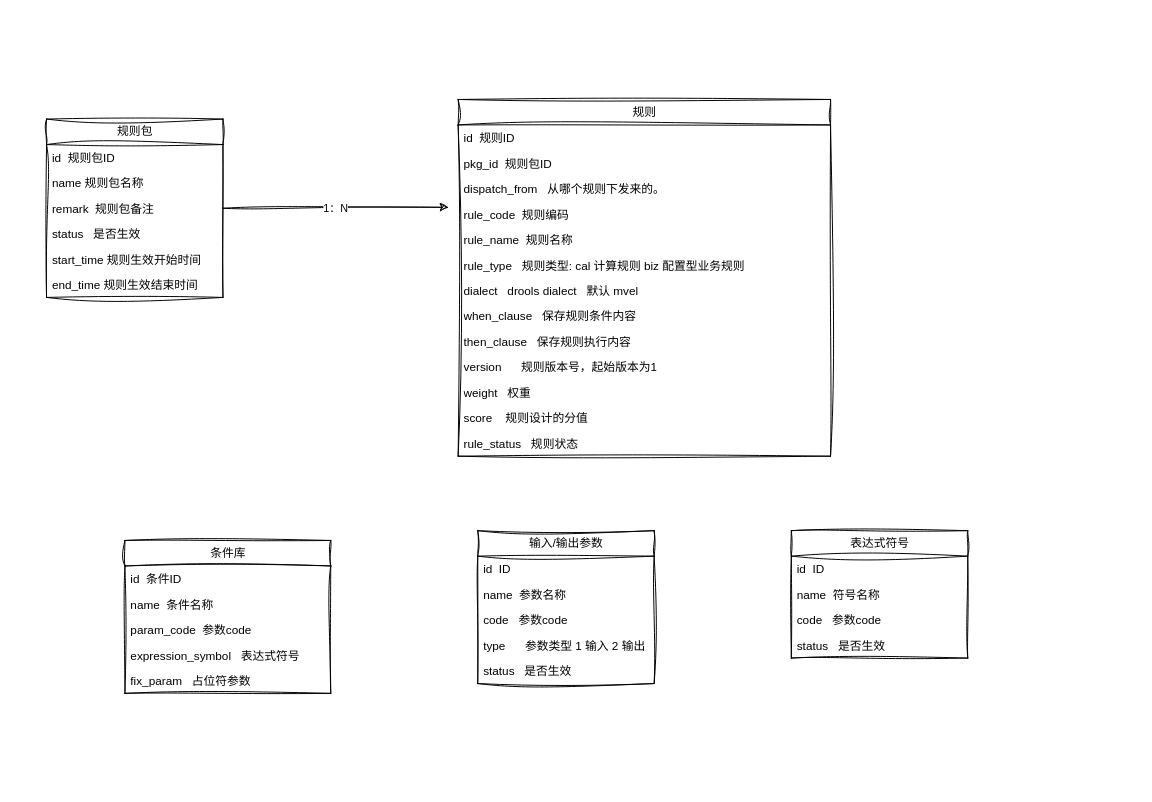
The draw.io diagram drawio/rule_engine/model_engine .drawio in wllpeter/picture, before the edit. Source tidied: cells renumbered, new cells numbered last; positions are measured from the earlier drawing's top-left corner, leaving out a move shared by most shapes. Both pictures are drawn from the tidied source at 98%, with x=0, y=0 at pixel (46, 99).
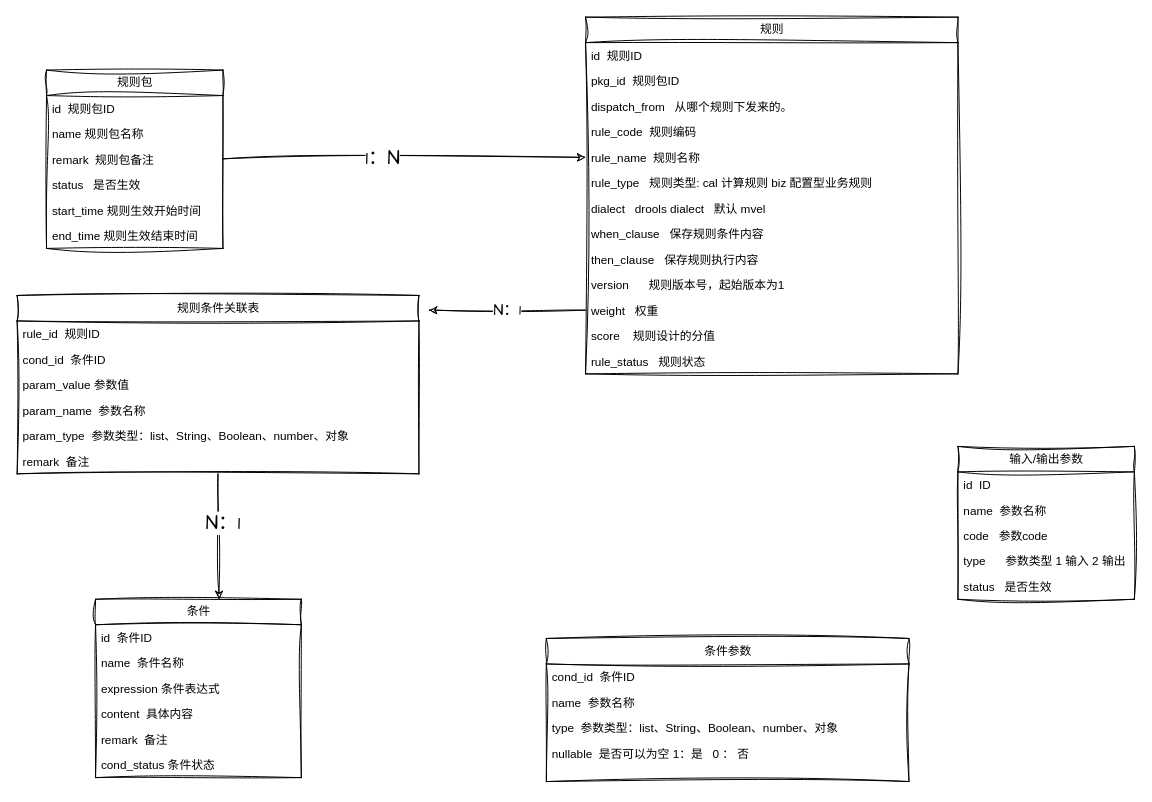
Above is the later version.

Commit message:
规则引擎模型

Unchanged cells that the change refers to:
```xml
<mxCell id="5" value="remark&amp;nbsp; 规则包备注&lt;br&gt;" style="text;strokeColor=none;fillColor=none;align=left;verticalAlign=top;spacingLeft=4;spacingRight=4;overflow=hidden;points=[[0,0.5],[1,0.5]];portConstraint=eastwest;whiteSpace=wrap;html=1;sketch=1;curveFitting=1;jiggle=2;" parent="2" vertex="1">
  <mxGeometry y="78" width="180" height="26" as="geometry" />
</mxCell>
<mxCell id="14" value="rule_name&amp;nbsp; 规则名称" style="text;strokeColor=none;fillColor=none;align=left;verticalAlign=top;spacingLeft=4;spacingRight=4;overflow=hidden;points=[[0,0.5],[1,0.5]];portConstraint=eastwest;whiteSpace=wrap;html=1;sketch=1;curveFitting=1;jiggle=2;" parent="9" vertex="1">
  <mxGeometry y="130" width="380" height="26" as="geometry" />
</mxCell>
<mxCell id="20" value="weight&amp;nbsp; &amp;nbsp;权重" style="text;strokeColor=none;fillColor=none;align=left;verticalAlign=top;spacingLeft=4;spacingRight=4;overflow=hidden;points=[[0,0.5],[1,0.5]];portConstraint=eastwest;whiteSpace=wrap;html=1;sketch=1;curveFitting=1;jiggle=2;" parent="9" vertex="1">
  <mxGeometry y="286" width="380" height="26" as="geometry" />
</mxCell>
```

Diff of the diagram source:
```diff
@@
     <mxCell id="2" value="规则包" style="swimlane;fontStyle=0;horizontal=1;startSize=26;fillColor=none;html=1;sketch=1;curveFitting=1;jiggle=2;" parent="1" vertex="1">
-      <mxGeometry y="20" width="180" height="182" as="geometry" />
+      <mxGeometry y="-30" width="180" height="182" as="geometry" />
     </mxCell>
@@
     <mxCell id="9" value="规则" style="swimlane;fontStyle=0;horizontal=1;startSize=26;fillColor=none;html=1;sketch=1;curveFitting=1;jiggle=2;" parent="1" vertex="1">
-      <mxGeometry x="420" width="380" height="364" as="geometry" />
+      <mxGeometry x="550" y="-84" width="380" height="364" as="geometry" />
     </mxCell>
@@
-    <mxCell id="23" value="条件库" style="swimlane;fontStyle=0;horizontal=1;startSize=26;fillColor=none;html=1;sketch=1;curveFitting=1;jiggle=2;" parent="1" vertex="1">
-      <mxGeometry x="80" y="450" width="210" height="156" as="geometry" />
+    <mxCell id="23" value="条件" style="swimlane;fontStyle=0;horizontal=1;startSize=26;fillColor=none;html=1;sketch=1;curveFitting=1;jiggle=2;" parent="1" vertex="1">
+      <mxGeometry x="50" y="510" width="210" height="182" as="geometry" />
     </mxCell>
@@
-    <mxCell id="26" value="param_code&amp;nbsp; 参数code" style="text;strokeColor=none;fillColor=none;align=left;verticalAlign=top;spacingLeft=4;spacingRight=4;overflow=hidden;whiteSpace=wrap;html=1;sketch=1;curveFitting=1;jiggle=2;" parent="23" vertex="1">
+    <mxCell id="26" value="expression 条件表达式" style="text;strokeColor=none;fillColor=none;align=left;verticalAlign=top;spacingLeft=4;spacingRight=4;overflow=hidden;whiteSpace=wrap;html=1;sketch=1;curveFitting=1;jiggle=2;" parent="23" vertex="1">
       <mxGeometry y="78" width="210" height="26" as="geometry" />
     </mxCell>
-    <mxCell id="27" value="expression_symbol&amp;nbsp; &amp;nbsp;表达式符号" style="text;strokeColor=none;fillColor=none;align=left;verticalAlign=top;spacingLeft=4;spacingRight=4;overflow=hidden;whiteSpace=wrap;html=1;sketch=1;curveFitting=1;jiggle=2;" parent="23" vertex="1">
+    <mxCell id="27" value="content&amp;nbsp; 具体内容" style="text;strokeColor=none;fillColor=none;align=left;verticalAlign=top;spacingLeft=4;spacingRight=4;overflow=hidden;whiteSpace=wrap;html=1;sketch=1;curveFitting=1;jiggle=2;" parent="23" vertex="1">
       <mxGeometry y="104" width="210" height="26" as="geometry" />
     </mxCell>
-    <mxCell id="28" value="fix_param&amp;nbsp; &amp;nbsp;占位符参数" style="text;strokeColor=none;fillColor=none;align=left;verticalAlign=top;spacingLeft=4;spacingRight=4;overflow=hidden;whiteSpace=wrap;html=1;sketch=1;curveFitting=1;jiggle=2;" parent="23" vertex="1">
+    <mxCell id="28" value="remark&amp;nbsp; 备注" style="text;strokeColor=none;fillColor=none;align=left;verticalAlign=top;spacingLeft=4;spacingRight=4;overflow=hidden;whiteSpace=wrap;html=1;sketch=1;curveFitting=1;jiggle=2;" parent="23" vertex="1">
       <mxGeometry y="130" width="210" height="26" as="geometry" />
     </mxCell>
+    <mxCell id="41" value="cond_status 条件状态" style="text;strokeColor=none;fillColor=none;align=left;verticalAlign=top;spacingLeft=4;spacingRight=4;overflow=hidden;whiteSpace=wrap;html=1;sketch=1;curveFitting=1;jiggle=2;" parent="23" vertex="1">
+      <mxGeometry y="156" width="210" height="26" as="geometry" />
+    </mxCell>
     <mxCell id="29" value="输入/输出参数" style="swimlane;fontStyle=0;horizontal=1;startSize=26;fillColor=none;html=1;sketch=1;curveFitting=1;jiggle=2;" parent="1" vertex="1">
-      <mxGeometry x="440" y="440" width="180" height="156" as="geometry" />
+      <mxGeometry x="930" y="354" width="180" height="156" as="geometry" />
     </mxCell>
@@
+    <mxCell id="42" value="条件参数" style="swimlane;fontStyle=0;horizontal=1;startSize=26;fillColor=none;html=1;sketch=1;curveFitting=1;jiggle=2;" parent="1" vertex="1">
+      <mxGeometry x="510" y="550" width="370" height="146" as="geometry" />
+    </mxCell>
+    <mxCell id="43" value="cond_id&amp;nbsp; 条件ID" style="text;strokeColor=none;fillColor=none;align=left;verticalAlign=top;spacingLeft=4;spacingRight=4;overflow=hidden;whiteSpace=wrap;html=1;sketch=1;curveFitting=1;jiggle=2;" parent="42" vertex="1">
+      <mxGeometry y="26" width="370" height="26" as="geometry" />
+    </mxCell>
+    <mxCell id="44" value="name&amp;nbsp; 参数名称" style="text;strokeColor=none;fillColor=none;align=left;verticalAlign=top;spacingLeft=4;spacingRight=4;overflow=hidden;whiteSpace=wrap;html=1;sketch=1;curveFitting=1;jiggle=2;" parent="42" vertex="1">
+      <mxGeometry y="52" width="370" height="26" as="geometry" />
+    </mxCell>
+    <mxCell id="45" value="type&amp;nbsp; 参数类型：list、String、Boolean、number、对象" style="text;strokeColor=none;fillColor=none;align=left;verticalAlign=top;spacingLeft=4;spacingRight=4;overflow=hidden;whiteSpace=wrap;html=1;sketch=1;curveFitting=1;jiggle=2;" parent="42" vertex="1">
+      <mxGeometry y="78" width="370" height="26" as="geometry" />
+    </mxCell>
+    <mxCell id="46" value="nullable&amp;nbsp; 是否可以为空 1：是&amp;nbsp; &amp;nbsp;0 ： 否" style="text;strokeColor=none;fillColor=none;align=left;verticalAlign=top;spacingLeft=4;spacingRight=4;overflow=hidden;whiteSpace=wrap;html=1;sketch=1;curveFitting=1;jiggle=2;" parent="42" vertex="1">
+      <mxGeometry y="104" width="370" height="42" as="geometry" />
+    </mxCell>
+    <mxCell id="47" style="edgeStyle=none;sketch=1;hachureGap=4;jiggle=2;curveFitting=1;html=1;exitX=0.5;exitY=1;exitDx=0;exitDy=0;entryX=0.6;entryY=0;entryDx=0;entryDy=0;entryPerimeter=0;fontFamily=Architects Daughter;fontSize=16;" parent="1" edge="1" source="49" target="23">
+      <mxGeometry relative="1" as="geometry" />
+    </mxCell>
+    <mxCell id="48" value="N：1" style="edgeLabel;html=1;align=center;verticalAlign=middle;fontSize=20;fontFamily=Architects Daughter;" parent="47" vertex="1">
+      <mxGeometry x="-0.22" y="4" relative="1" as="geometry" />
+    </mxCell>
+    <mxCell id="49" value="规则条件关联表" style="swimlane;fontStyle=0;horizontal=1;startSize=26;fillColor=none;html=1;sketch=1;curveFitting=1;jiggle=2;" parent="1" vertex="1">
+      <mxGeometry x="-30" y="200" width="410" height="182" as="geometry" />
+    </mxCell>
+    <mxCell id="50" value="rule_id&amp;nbsp; 规则ID" style="text;strokeColor=none;fillColor=none;align=left;verticalAlign=top;spacingLeft=4;spacingRight=4;overflow=hidden;whiteSpace=wrap;html=1;sketch=1;curveFitting=1;jiggle=2;" parent="49" vertex="1">
+      <mxGeometry y="26" width="410" height="26" as="geometry" />
+    </mxCell>
+    <mxCell id="51" value="cond_id&amp;nbsp; 条件ID" style="text;strokeColor=none;fillColor=none;align=left;verticalAlign=top;spacingLeft=4;spacingRight=4;overflow=hidden;whiteSpace=wrap;html=1;sketch=1;curveFitting=1;jiggle=2;" parent="49" vertex="1">
+      <mxGeometry y="52" width="410" height="26" as="geometry" />
+    </mxCell>
+    <mxCell id="52" value="param_value 参数值" style="text;strokeColor=none;fillColor=none;align=left;verticalAlign=top;spacingLeft=4;spacingRight=4;overflow=hidden;whiteSpace=wrap;html=1;sketch=1;curveFitting=1;jiggle=2;" parent="49" vertex="1">
+      <mxGeometry y="78" width="410" height="26" as="geometry" />
+    </mxCell>
+    <mxCell id="53" value="param_name&amp;nbsp; 参数名称" style="text;strokeColor=none;fillColor=none;align=left;verticalAlign=top;spacingLeft=4;spacingRight=4;overflow=hidden;whiteSpace=wrap;html=1;sketch=1;curveFitting=1;jiggle=2;" parent="49" vertex="1">
+      <mxGeometry y="104" width="410" height="26" as="geometry" />
+    </mxCell>
+    <mxCell id="54" value="param_type&amp;nbsp; 参数类型：list、String、Boolean、number、对象" style="text;strokeColor=none;fillColor=none;align=left;verticalAlign=top;spacingLeft=4;spacingRight=4;overflow=hidden;whiteSpace=wrap;html=1;sketch=1;curveFitting=1;jiggle=2;" parent="49" vertex="1">
+      <mxGeometry y="130" width="410" height="26" as="geometry" />
+    </mxCell>
+    <mxCell id="55" value="remark&amp;nbsp; 备注" style="text;strokeColor=none;fillColor=none;align=left;verticalAlign=top;spacingLeft=4;spacingRight=4;overflow=hidden;whiteSpace=wrap;html=1;sketch=1;curveFitting=1;jiggle=2;" parent="49" vertex="1">
+      <mxGeometry y="156" width="410" height="26" as="geometry" />
+    </mxCell>
+    <mxCell id="56" value="N：1" style="edgeStyle=none;sketch=1;hachureGap=4;jiggle=2;curveFitting=1;html=1;fontFamily=Architects Daughter;fontSize=16;" parent="1" edge="1" source="20">
+      <mxGeometry relative="1" as="geometry">
+        <mxPoint x="390" y="215" as="targetPoint" />
+      </mxGeometry>
+    </mxCell>
+    <mxCell id="57" style="edgeStyle=none;sketch=1;hachureGap=4;jiggle=2;curveFitting=1;html=1;entryX=0;entryY=0.5;entryDx=0;entryDy=0;fontFamily=Architects Daughter;fontSize=16;" parent="1" edge="1" source="5" target="14">
+      <mxGeometry relative="1" as="geometry" />
+    </mxCell>
-    <mxCell id="35" value="1：N" style="edgeStyle=none;html=1;exitX=1;exitY=0.5;exitDx=0;exitDy=0;sketch=1;curveFitting=1;jiggle=2;" parent="1" edge="1" source="5">
-      <mxGeometry relative="1" as="geometry">
-        <mxPoint x="410" y="110" as="targetPoint" />
-      </mxGeometry>
+    <mxCell id="35" value="1：N" style="edgeLabel;html=1;align=center;verticalAlign=middle;fontSize=20;fontFamily=Architects Daughter;" parent="57" vertex="1">
+      <mxGeometry x="-0.12" y="1" relative="1" as="geometry" />
     </mxCell>
-    <mxCell id="36" value="表达式符号" style="swimlane;fontStyle=0;horizontal=1;startSize=26;fillColor=none;html=1;sketch=1;curveFitting=1;jiggle=2;" parent="1" vertex="1">
-      <mxGeometry x="760" y="440" width="180" height="130" as="geometry" />
-    </mxCell>
-    <mxCell id="37" value="id&amp;nbsp; ID" style="text;strokeColor=none;fillColor=none;align=left;verticalAlign=top;spacingLeft=4;spacingRight=4;overflow=hidden;whiteSpace=wrap;html=1;sketch=1;curveFitting=1;jiggle=2;" parent="36" vertex="1">
-      <mxGeometry y="26" width="180" height="26" as="geometry" />
-    </mxCell>
-    <mxCell id="38" value="name&amp;nbsp; 符号名称" style="text;strokeColor=none;fillColor=none;align=left;verticalAlign=top;spacingLeft=4;spacingRight=4;overflow=hidden;whiteSpace=wrap;html=1;sketch=1;curveFitting=1;jiggle=2;" parent="36" vertex="1">
-      <mxGeometry y="52" width="180" height="26" as="geometry" />
-    </mxCell>
-    <mxCell id="39" value="code&amp;nbsp; &amp;nbsp;参数code" style="text;strokeColor=none;fillColor=none;align=left;verticalAlign=top;spacingLeft=4;spacingRight=4;overflow=hidden;whiteSpace=wrap;html=1;sketch=1;curveFitting=1;jiggle=2;" parent="36" vertex="1">
-      <mxGeometry y="78" width="180" height="26" as="geometry" />
-    </mxCell>
-    <mxCell id="40" value="status&amp;nbsp; &amp;nbsp;是否生效" style="text;strokeColor=none;fillColor=none;align=left;verticalAlign=top;spacingLeft=4;spacingRight=4;overflow=hidden;whiteSpace=wrap;html=1;sketch=1;curveFitting=1;jiggle=2;" parent="36" vertex="1">
-      <mxGeometry y="104" width="180" height="26" as="geometry" />
-    </mxCell>
```
